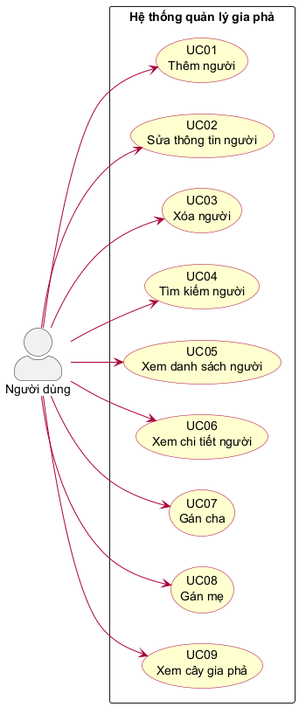
This is docs/uml/use-case.png from minhchien170704/do-an-gia-pha, a PlantUML export, as it was before one commit. The source it was exported from:
```plantuml
@startuml use-case

left to right direction
skinparam actorStyle awesome
skinparam packageStyle rectangle
skinparam usecase {
    BackgroundColor #FEFECE
    BorderColor #A80036
    ArrowColor #A80036
}

actor "Người dùng" as User

rectangle "Hệ thống quản lý gia phả" {
    usecase "UC01\nThêm người" as UC01
    usecase "UC02\nSửa thông tin người" as UC02
    usecase "UC03\nXóa người" as UC03
    usecase "UC04\nTìm kiếm người" as UC04
    usecase "UC05\nXem danh sách người" as UC05
    usecase "UC06\nXem chi tiết người" as UC06
    usecase "UC07\nGán cha" as UC07
    usecase "UC08\nGán mẹ" as UC08
    usecase "UC09\nXem cây gia phả" as UC09
}

User --> UC01
User --> UC02
User --> UC03
User --> UC04
User --> UC05
User --> UC06
User --> UC07
User --> UC08
User --> UC09

@enduml
```
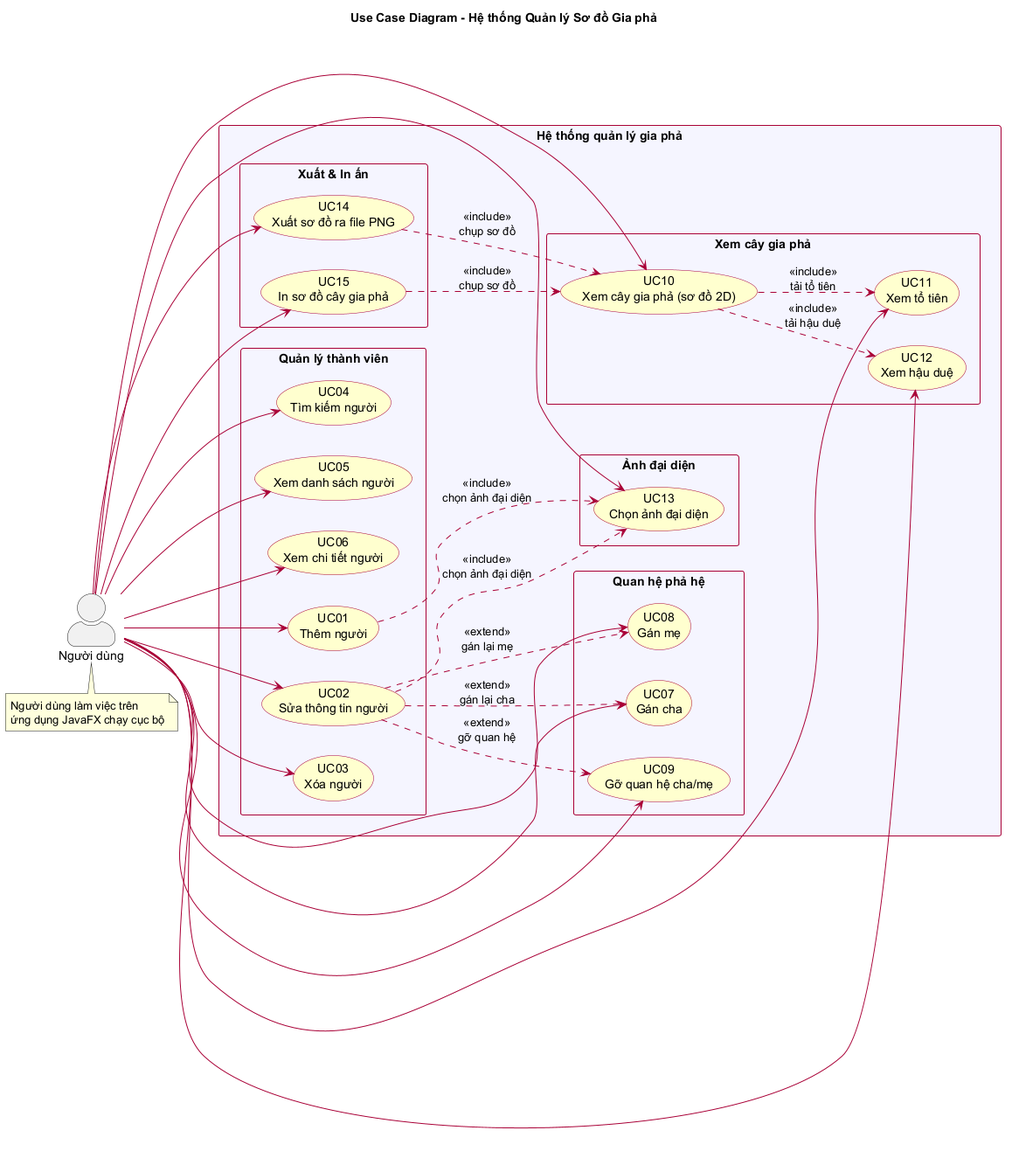
Later version of the same file.

What changed in the source:
```diff
@@ -1,4 +1,6 @@
 @startuml use-case
+
+title Use Case Diagram - Hệ thống Quản lý Sơ đồ Gia phả
 
 left to right direction
 skinparam actorStyle awesome
@@ -8,19 +10,45 @@
     BorderColor #A80036
     ArrowColor #A80036
 }
+skinparam rectangle {
+    BackgroundColor #F5F5FF
+    BorderColor #A80036
+}
+skinparam ArrowColor #A80036
 
 actor "Người dùng" as User
 
 rectangle "Hệ thống quản lý gia phả" {
-    usecase "UC01\nThêm người" as UC01
-    usecase "UC02\nSửa thông tin người" as UC02
-    usecase "UC03\nXóa người" as UC03
-    usecase "UC04\nTìm kiếm người" as UC04
-    usecase "UC05\nXem danh sách người" as UC05
-    usecase "UC06\nXem chi tiết người" as UC06
-    usecase "UC07\nGán cha" as UC07
-    usecase "UC08\nGán mẹ" as UC08
-    usecase "UC09\nXem cây gia phả" as UC09
+
+    package "Quản lý thành viên" {
+        usecase "UC01\nThêm người" as UC01
+        usecase "UC02\nSửa thông tin người" as UC02
+        usecase "UC03\nXóa người" as UC03
+        usecase "UC04\nTìm kiếm người" as UC04
+        usecase "UC05\nXem danh sách người" as UC05
+        usecase "UC06\nXem chi tiết người" as UC06
+    }
+
+    package "Quan hệ phả hệ" {
+        usecase "UC07\nGán cha" as UC07
+        usecase "UC08\nGán mẹ" as UC08
+        usecase "UC09\nGỡ quan hệ cha/mẹ" as UC09
+    }
+
+    package "Xem cây gia phả" {
+        usecase "UC10\nXem cây gia phả (sơ đồ 2D)" as UC10
+        usecase "UC11\nXem tổ tiên" as UC11
+        usecase "UC12\nXem hậu duệ" as UC12
+    }
+
+    package "Ảnh đại diện" {
+        usecase "UC13\nChọn ảnh đại diện" as UC13
+    }
+
+    package "Xuất & In ấn" {
+        usecase "UC14\nXuất sơ đồ ra file PNG" as UC14
+        usecase "UC15\nIn sơ đồ cây gia phả" as UC15
+    }
 }
 
 User --> UC01
@@ -29,8 +57,36 @@
 User --> UC04
 User --> UC05
 User --> UC06
+
 User --> UC07
 User --> UC08
 User --> UC09
 
+User --> UC10
+User --> UC11
+User --> UC12
+
+User --> UC13
+
+User --> UC14
+User --> UC15
+
+UC10 ..> UC11 : <<include>>\ntải tổ tiên
+UC10 ..> UC12 : <<include>>\ntải hậu duệ
+
+UC02 ..> UC07 : <<extend>>\ngán lại cha
+UC02 ..> UC08 : <<extend>>\ngán lại mẹ
+UC02 ..> UC09 : <<extend>>\ngỡ quan hệ
+
+UC01 ..> UC13 : <<include>>\nchọn ảnh đại diện
+UC02 ..> UC13 : <<include>>\nchọn ảnh đại diện
+
+UC14 ..> UC10 : <<include>>\nchụp sơ đồ
+UC15 ..> UC10 : <<include>>\nchụp sơ đồ
+
+note bottom of User
+  Người dùng làm việc trên
+  ứng dụng JavaFX chạy cục bộ
+end note
+
 @enduml
```
